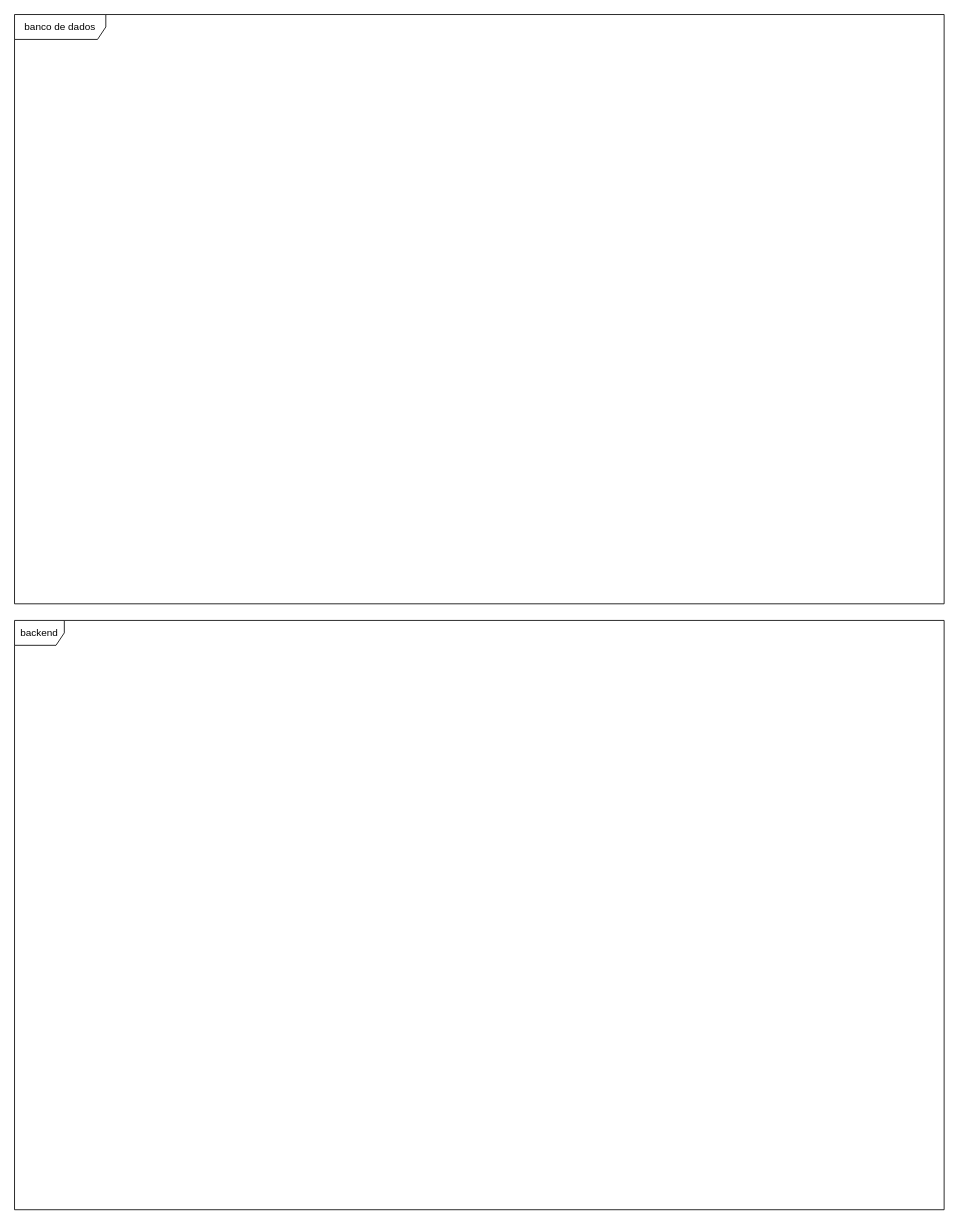
This is page "EQ2" (2 of 8) of equipes.drawio from hannaBanannaOF/entra21-git-inicio, a draw.io file, before an edit. Source tidied: cells renumbered, new cells numbered last; positions are measured from the earlier drawing's top-left corner, leaving out a move shared by most shapes. Both pictures are drawn from the tidied source at 83%, with x=0, y=0 at pixel (14, 14).
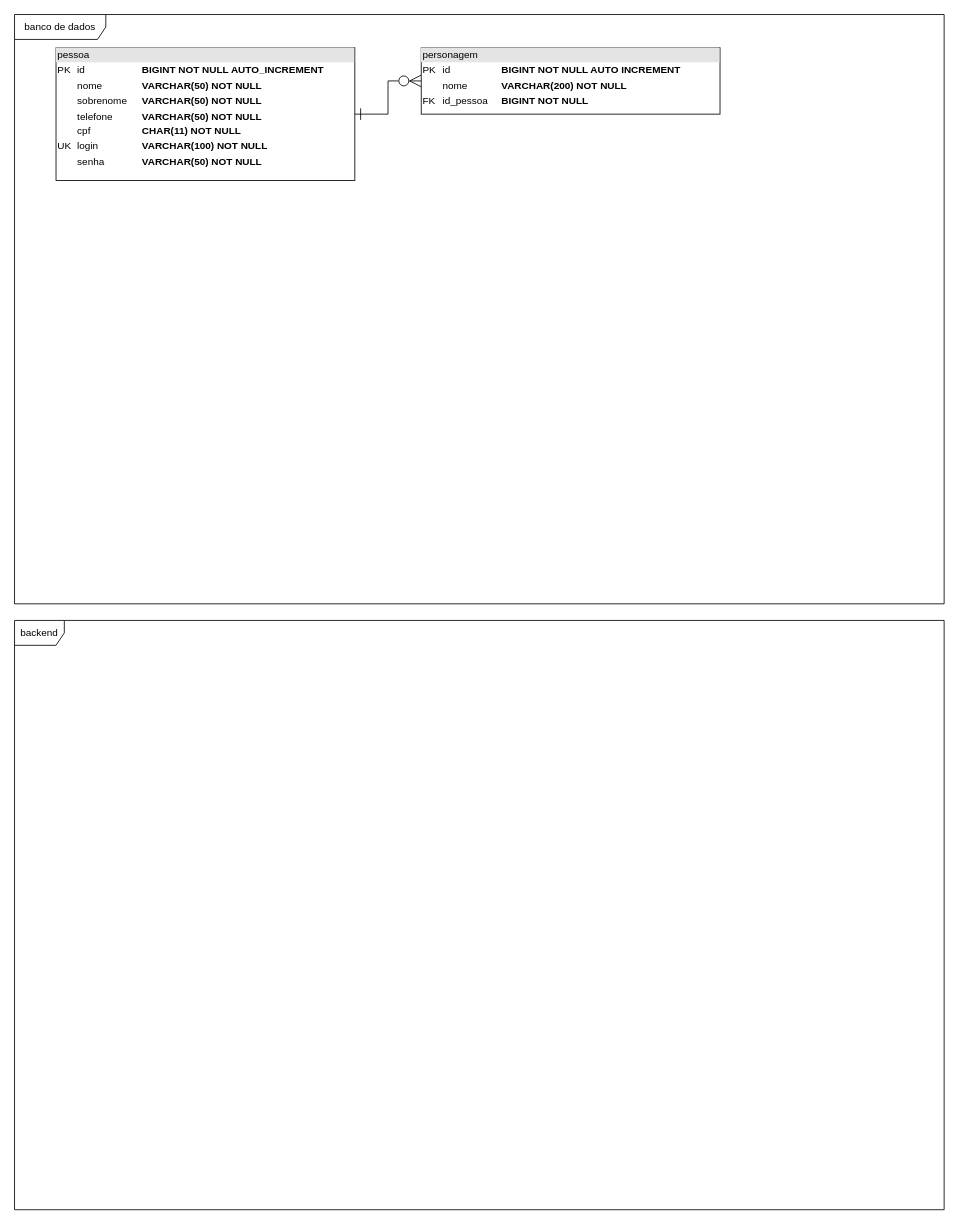
Above is the later version.

What changed in the source:
```diff
@@
 <mxGraphModel>
   <root>
     <mxCell id="0" />
     <mxCell id="1" parent="0" />
     <mxCell id="2" value="banco de dados" style="shape=umlFrame;whiteSpace=wrap;html=1;width=110;height=30;" parent="1" vertex="1">
       <mxGeometry width="1120" height="710" as="geometry" />
     </mxCell>
     <mxCell id="3" value="backend" style="shape=umlFrame;whiteSpace=wrap;html=1;" parent="1" vertex="1">
       <mxGeometry y="730" width="1120" height="710" as="geometry" />
     </mxCell>
+    <mxCell id="4" style="edgeStyle=orthogonalEdgeStyle;rounded=0;jettySize=auto;html=1;exitX=1;exitY=0.5;exitDx=0;exitDy=0;entryX=0;entryY=0.5;entryDx=0;entryDy=0;startArrow=ERone;startFill=0;endArrow=ERzeroToMany;endFill=0;startSize=12;endSize=12;" parent="1" edge="1" source="5" target="6">
+      <mxGeometry relative="1" as="geometry" />
+    </mxCell>
+    <mxCell id="5" value="&lt;div style=&quot;box-sizing:border-box;width:100%;background:#e4e4e4;padding:2px;&quot;&gt;pessoa&lt;/div&gt;&lt;table style=&quot;width:100%;font-size:1em;&quot; cellpadding=&quot;2&quot; cellspacing=&quot;0&quot;&gt;&lt;tbody&gt;&lt;tr&gt;&lt;td&gt;PK&lt;/td&gt;&lt;td&gt;id&amp;nbsp;&lt;/td&gt;&lt;td&gt;&lt;b&gt;BIGINT&amp;nbsp;NOT NULL AUTO_INCREMENT&lt;/b&gt;&lt;br&gt;&lt;/td&gt;&lt;/tr&gt;&lt;tr&gt;&lt;td&gt;&lt;br&gt;&lt;/td&gt;&lt;td&gt;nome&amp;nbsp;&lt;br&gt;&lt;/td&gt;&lt;td&gt;&lt;b&gt;VARCHAR(50) NOT NULL&lt;/b&gt;&lt;br&gt;&lt;/td&gt;&lt;/tr&gt;&lt;tr&gt;&lt;td&gt;&lt;br&gt;&lt;/td&gt;&lt;td&gt;sobrenome&amp;nbsp;&lt;br&gt;&lt;/td&gt;&lt;td&gt;&lt;b&gt;VARCHAR(50) NOT NULL&lt;/b&gt;&lt;br&gt;&lt;/td&gt;&lt;/tr&gt;&lt;tr&gt;&lt;td&gt;&lt;br&gt;&lt;/td&gt;&lt;td&gt;telefone&lt;/td&gt;&lt;td&gt;&lt;b&gt;VARCHAR(50) NOT NULL&lt;/b&gt;&lt;/td&gt;&lt;/tr&gt;&lt;tr&gt;&lt;td&gt;&lt;br&gt;&lt;/td&gt;&lt;td&gt;cpf&lt;/td&gt;&lt;td&gt;&lt;b&gt;CHAR(11) NOT NULL&lt;/b&gt;&lt;/td&gt;&lt;/tr&gt;&lt;tr&gt;&lt;td&gt;UK&lt;/td&gt;&lt;td&gt;login&lt;/td&gt;&lt;td&gt;&lt;b&gt;VARCHAR(100) NOT NULL&lt;/b&gt;&lt;/td&gt;&lt;/tr&gt;&lt;tr&gt;&lt;td&gt;&lt;br&gt;&lt;/td&gt;&lt;td&gt;senha&lt;/td&gt;&lt;td&gt;&lt;b&gt;VARCHAR(50) NOT NULL&lt;/b&gt;&lt;/td&gt;&lt;/tr&gt;&lt;/tbody&gt;&lt;/table&gt;" style="verticalAlign=top;align=left;overflow=fill;html=1;" parent="1" vertex="1">
+      <mxGeometry x="50" y="40" width="360" height="160" as="geometry" />
+    </mxCell>
+    <mxCell id="6" value="&lt;div style=&quot;box-sizing:border-box;width:100%;background:#e4e4e4;padding:2px;&quot;&gt;personagem&lt;/div&gt;&lt;table style=&quot;width:100%;font-size:1em;&quot; cellpadding=&quot;2&quot; cellspacing=&quot;0&quot;&gt;&lt;tbody&gt;&lt;tr&gt;&lt;td&gt;PK&lt;/td&gt;&lt;td&gt;id&lt;/td&gt;&lt;td&gt;&lt;b&gt;BIGINT&lt;/b&gt;&amp;nbsp;&lt;b&gt;NOT NULL AUTO INCREMENT&lt;/b&gt;&lt;br&gt;&lt;/td&gt;&lt;/tr&gt;&lt;tr&gt;&lt;td&gt;&lt;br&gt;&lt;/td&gt;&lt;td&gt;nome&lt;/td&gt;&lt;td&gt;&lt;b&gt;VARCHAR(200) NOT NULL&lt;/b&gt;&lt;/td&gt;&lt;/tr&gt;&lt;tr&gt;&lt;td&gt;FK&lt;/td&gt;&lt;td&gt;id_pessoa&lt;/td&gt;&lt;td&gt;&lt;b&gt;BIGINT NOT NULL&lt;/b&gt;&lt;/td&gt;&lt;/tr&gt;&lt;tr&gt;&lt;td&gt;&lt;br&gt;&lt;/td&gt;&lt;td&gt;&lt;br&gt;&lt;/td&gt;&lt;td&gt;&lt;br&gt;&lt;/td&gt;&lt;/tr&gt;&lt;/tbody&gt;&lt;/table&gt;" style="verticalAlign=top;align=left;overflow=fill;html=1;" parent="1" vertex="1">
+      <mxGeometry x="490" y="40" width="360" height="80" as="geometry" />
+    </mxCell>
   </root>
 </mxGraphModel>
```
